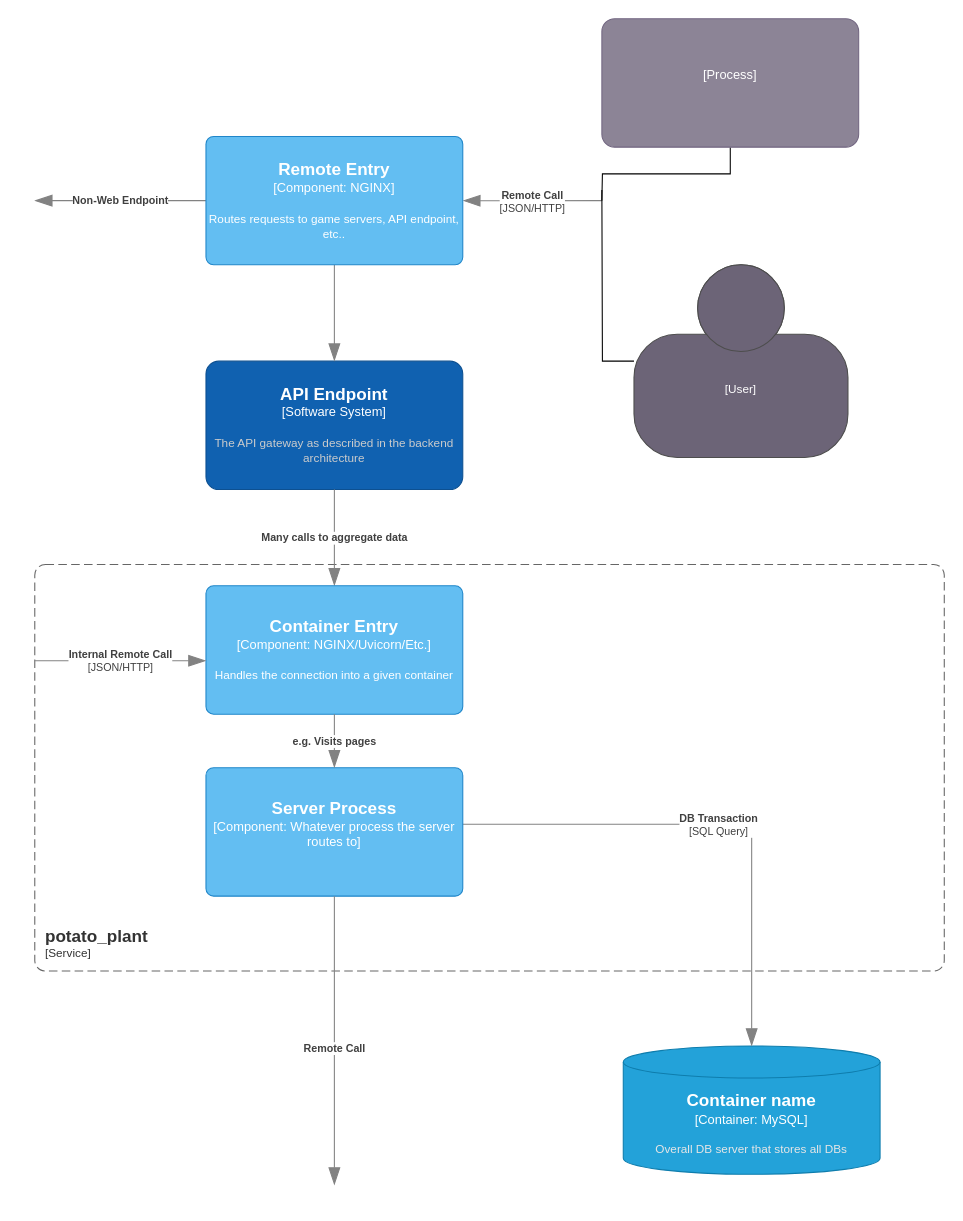
Earlier version of the draw.io diagram docs/architecture-diagrams/service/service-architecture.drawio (BourbonWarfare/potato_farmer). Source tidied: cells renumbered, new cells numbered last; positions are measured from the earlier drawing's top-left corner, leaving out a move shared by most shapes. Both pictures are drawn from the tidied source at 107%, with x=0, y=0 at pixel (34, 18).
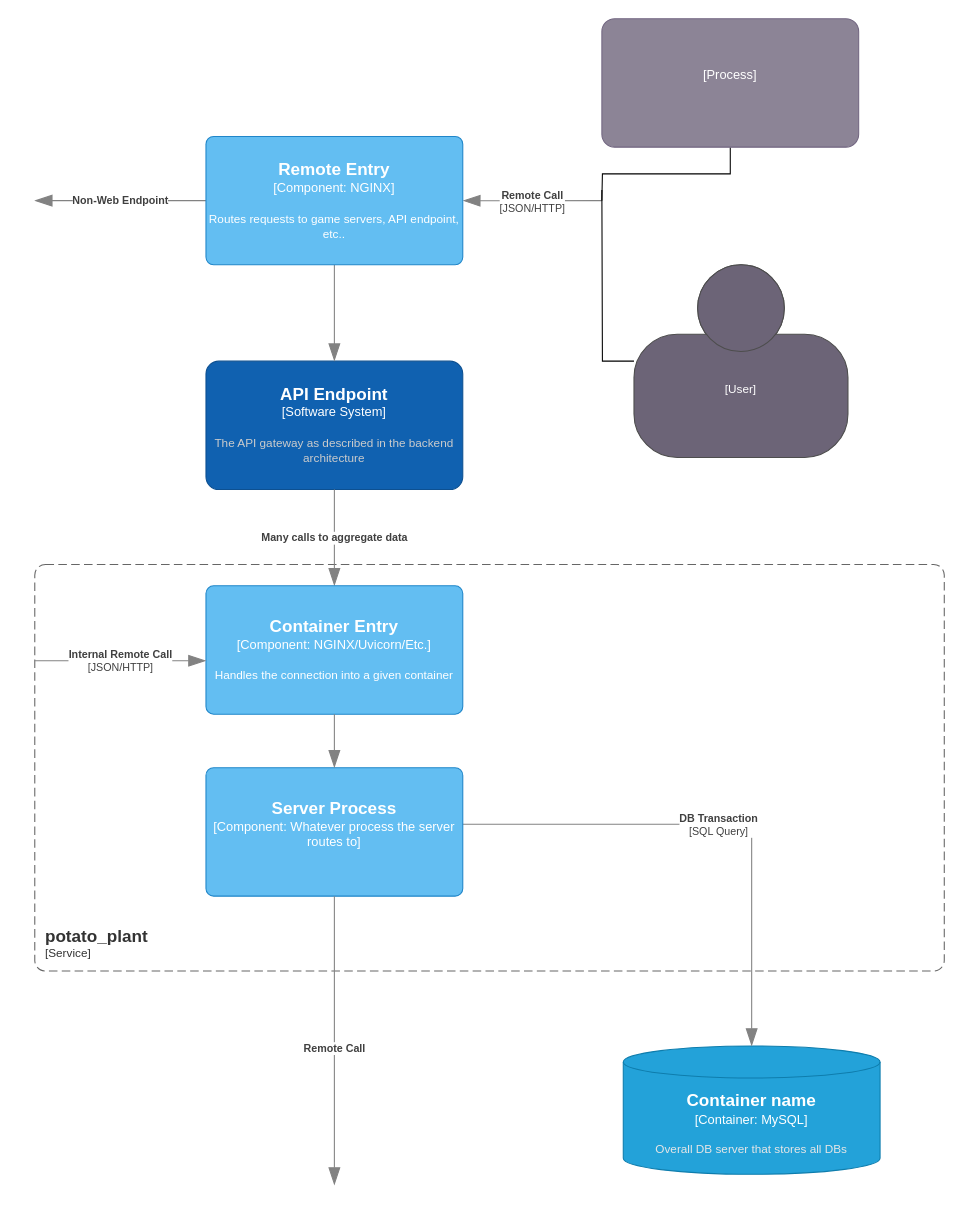
After the change.

Unchanged cells that the change refers to:
```xml
<object id="11" label="&lt;font style=&quot;font-size: 16px&quot;&gt;&lt;b&gt;%c4Name%&lt;/b&gt;&lt;/font&gt;&lt;div&gt;[%c4Type%: %c4Technology%]&lt;/div&gt;&lt;br&gt;&lt;div&gt;&lt;font style=&quot;font-size: 11px&quot;&gt;%c4Description%&lt;/font&gt;&lt;/div&gt;" c4Description="Handles the connection into a given container" c4Name="Container Entry" c4Technology="NGINX/Uvicorn/Etc." c4Type="Component" placeholders="1">
  <mxCell style="rounded=1;whiteSpace=wrap;html=1;labelBackgroundColor=none;fillColor=#63BEF2;fontColor=#ffffff;align=center;arcSize=6;strokeColor=#2086C9;points=[[0.25,0,0],[0.5,0,0],[0.75,0,0],[1,0.25,0],[1,0.5,0],[1,0.75,0],[0.75,1,0],[0.5,1,0],[0.25,1,0],[0,0.75,0],[0,0.5,0],[0,0.25,0]];" parent="1" vertex="1">
    <mxGeometry x="160" y="530" width="240" height="120" as="geometry" />
  </mxCell>
</object>
<object id="12" label="&lt;font style=&quot;font-size: 16px&quot;&gt;&lt;b&gt;%c4Name%&lt;/b&gt;&lt;/font&gt;&lt;div&gt;[%c4Type%: %c4Technology%]&lt;/div&gt;&lt;br&gt;&lt;div&gt;&lt;font style=&quot;font-size: 11px&quot;&gt;%c4Description%&lt;/font&gt;&lt;/div&gt;" c4Description="" c4Name="Server Process" c4Technology="Whatever process the server routes to" c4Type="Component" placeholders="1">
  <mxCell style="rounded=1;whiteSpace=wrap;html=1;labelBackgroundColor=none;fillColor=#63BEF2;fontColor=#ffffff;align=center;arcSize=6;strokeColor=#2086C9;points=[[0.25,0,0],[0.5,0,0],[0.75,0,0],[1,0.25,0],[1,0.5,0],[1,0.75,0],[0.75,1,0],[0.5,1,0],[0.25,1,0],[0,0.75,0],[0,0.5,0],[0,0.25,0]];" parent="1" vertex="1">
    <mxGeometry x="160" y="700" width="240" height="120" as="geometry" />
  </mxCell>
</object>
```

Change to the diagram source:
```diff
@@
-    <object id="13" label="&lt;div style=&quot;text-align: left&quot;&gt;&lt;div style=&quot;text-align: center&quot;&gt;&lt;b&gt;%c4Description%&lt;/b&gt;&lt;/div&gt;" c4Description="e.g. Visits pages" placeholders="1">
+    <object id="13" label="&lt;div style=&quot;text-align: left&quot;&gt;&lt;div style=&quot;text-align: center&quot;&gt;&lt;b&gt;%c4Description%&lt;/b&gt;&lt;/div&gt;" c4Description="" placeholders="1">
       <mxCell style="endArrow=blockThin;html=1;fontSize=10;fontColor=#404040;strokeWidth=1;endFill=1;strokeColor=#828282;elbow=vertical;endSize=14;startSize=14;jumpStyle=arc;jumpSize=16;rounded=0;edgeStyle=orthogonalEdgeStyle;exitX=0.5;exitY=1;exitDx=0;exitDy=0;exitPerimeter=0;entryX=0.5;entryY=0;entryDx=0;entryDy=0;entryPerimeter=0;" parent="1" edge="1" source="11" target="12">
-        <mxGeometry relative="1" as="geometry" />
+        <mxGeometry x="-0.2" relative="1" as="geometry" />
       </mxCell>
     </object>
```
